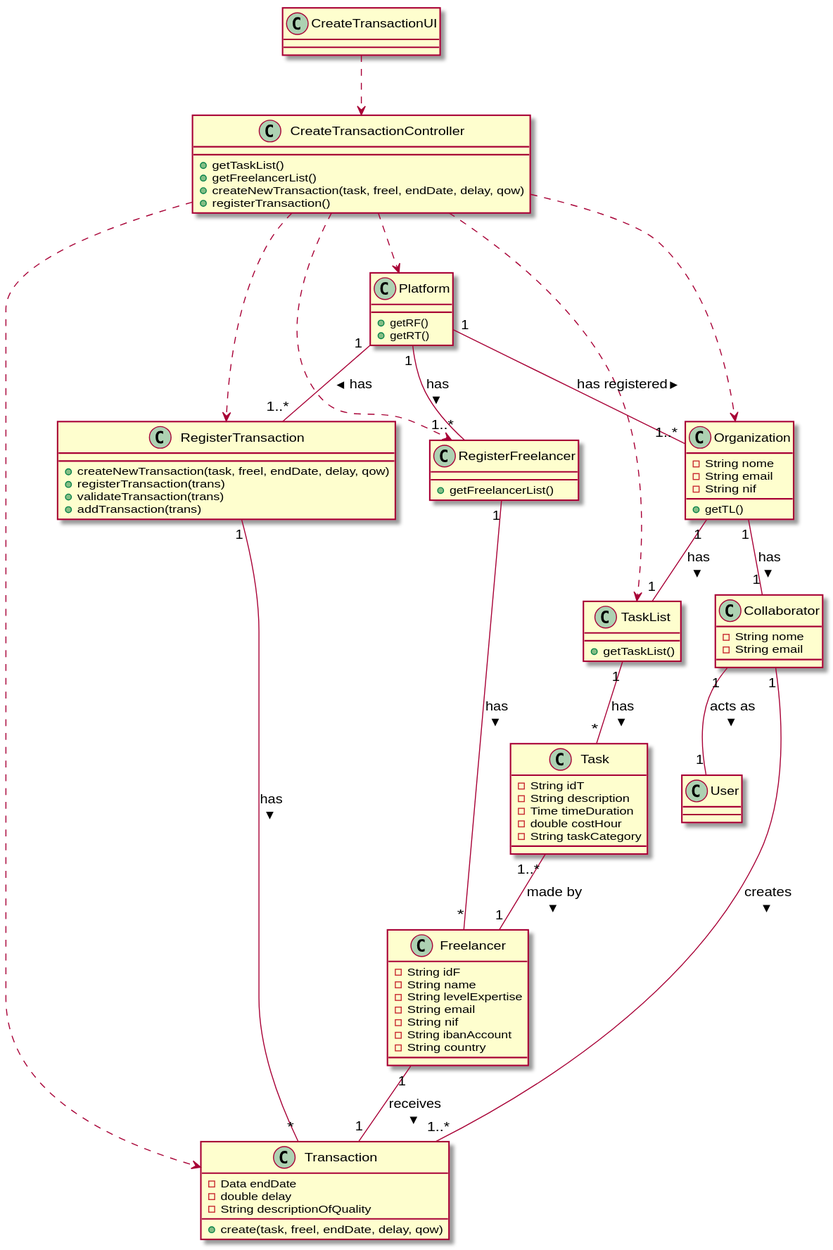
This is docs/UC4 - Create Payment Transaction/UC4_CD.svg from 1190452/LAPR2, a PlantUML export, as it was before one commit. The source it was exported from:
```plantuml
@startuml
class CreateTransactionUI{
  }

class CreateTransactionController{
  +getTaskList()
  +getFreelancerList()
  +createNewTransaction(task, freel, endDate, delay, qow)
  +registerTransaction()

  }

class Organization{
  -String nome
  -String email
  -String nif
  +getTL()
  }

class TaskList{
  +getTaskList()
  }

class Platform{
  +getRF()
  +getRT()
  }

class RegisterFreelancer{
  +getFreelancerList()
  }

class RegisterTransaction{
  +createNewTransaction(task, freel, endDate, delay, qow)
  +registerTransaction(trans)
  +validateTransaction(trans)
  +addTransaction(trans)
  }

class Transaction{
  -Data endDate
  -double delay
  -String descriptionOfQuality
  +create(task, freel, endDate, delay, qow)
  }

class Freelancer{
  -String idF
  -String name
  -String levelExpertise
  -String email
  -String nif
  -String ibanAccount
  -String country
  }

class Collaborator{
  -String nome
  -String email
  }

class Task{
  -String idT
  -String description
  -Time timeDuration
  -double costHour
  -String taskCategory
  }


CreateTransactionController ..> Organization
CreateTransactionController ..> TaskList
CreateTransactionController ..> Platform
CreateTransactionController ..> RegisterFreelancer
CreateTransactionController ..> RegisterTransaction
CreateTransactionController ..> Transaction

CreateTransactionUI ..> CreateTransactionController

Freelancer "1" -- "1" Transaction: receives >

Platform "1" -- "1..*" RegisterTransaction: has >
RegisterTransaction "1" -- "*" Transaction: has >
Platform "1" -- "1..*" Organization: has registered >
Platform "1" -- "1..*" RegisterFreelancer: has >
RegisterFreelancer "1" -- "*" Freelancer: has >

Organization "1" -- "1" Collaborator: has >
Organization "1" -- "1" TaskList: has >

TaskList "1" -- "*" Task: has >

Collaborator "1" -- "1..*" Transaction: creates >
Collaborator "1" -- "1" User: acts as >

Task "1..*" -- "1" Freelancer: made by >
@enduml
```
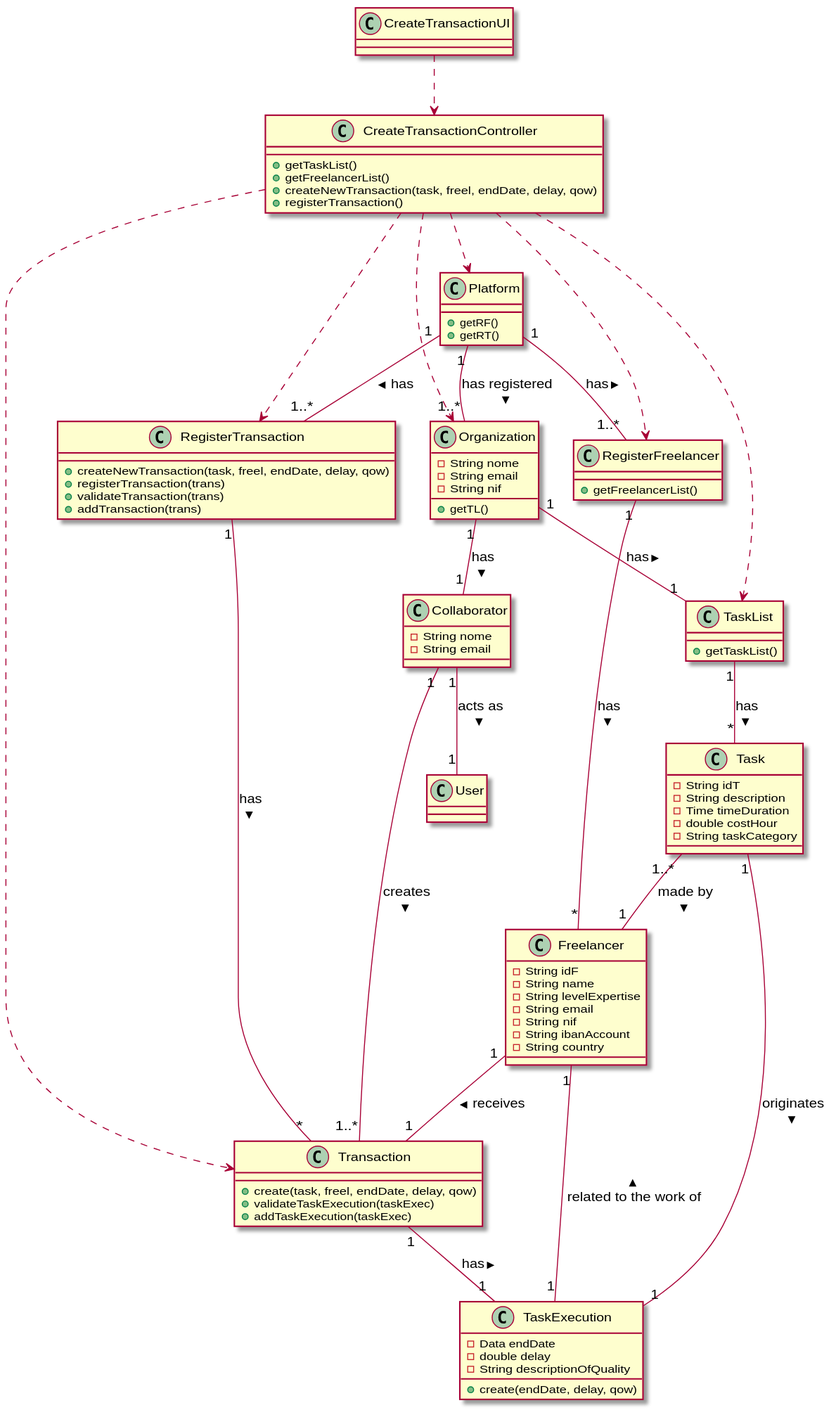
The same diagram one commit later.

Diff of the diagram source:
```diff
@@ -38,10 +38,9 @@
   }
 
 class Transaction{
-  -Data endDate
-  -double delay
-  -String descriptionOfQuality
   +create(task, freel, endDate, delay, qow)
+  +validateTaskExecution(taskExec)
+  +addTaskExecution(taskExec)
   }
 
 class Freelancer{
@@ -66,6 +65,14 @@
   -double costHour
   -String taskCategory
   }
+
+class TaskExecution{
+  -Data endDate
+  -double delay
+  -String descriptionOfQuality
+  +create(endDate, delay, qow)
+  }
+
 
 
 CreateTransactionController ..> Organization
@@ -94,4 +101,9 @@
 Collaborator "1" -- "1" User: acts as >
 
 Task "1..*" -- "1" Freelancer: made by >
+Task "1" -- "1" TaskExecution: originates >
+
+Transaction "1" -- "1" TaskExecution: has >
+
+TaskExecution "1" -- "1" Freelancer: related to the work of >
 @enduml
```
